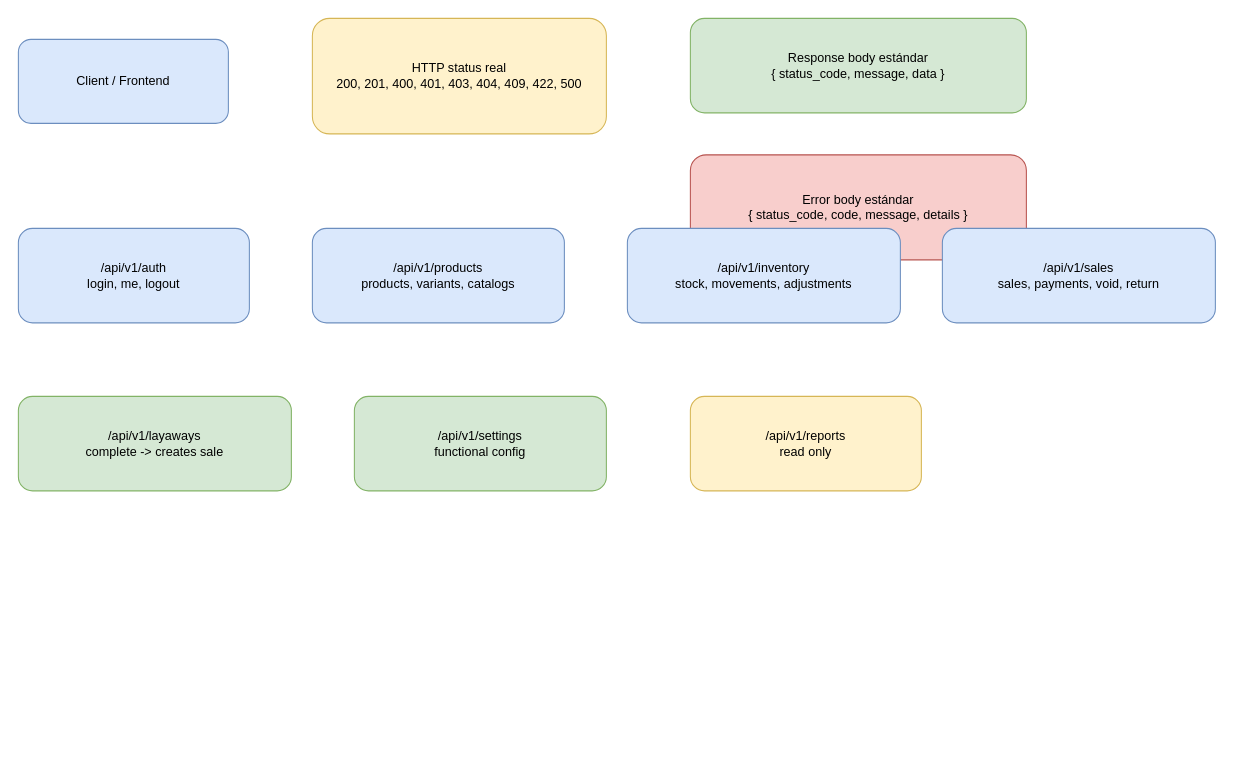
This is docs/design/diagrams/automata-api-contracts.drawio from fjcm777/AutomaProyectTemplate, a draw.io file, before an edit. Source tidied: cells renumbered, new cells numbered last; positions are measured from the earlier drawing's top-left corner, leaving out a move shared by most shapes. Both pictures are drawn from the tidied source at 105%, with x=0, y=0 at pixel (18, 18).
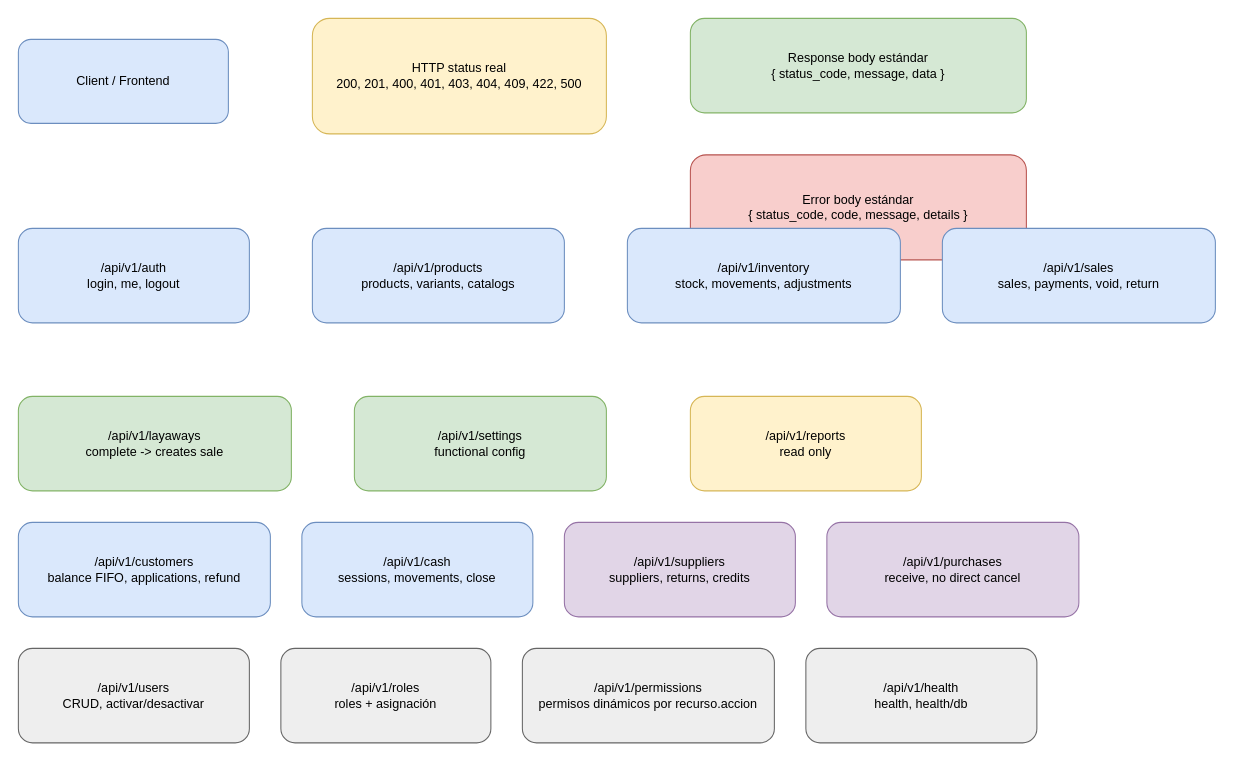
The same diagram, later.

The edit, as a diff of the source:
```diff
@@
+    <mxCell id="13" value="/api/v1/customers&lt;br/&gt;balance FIFO, applications, refund" style="rounded=1;whiteSpace=wrap;html=1;fillColor=#dae8fc;strokeColor=#6c8ebf;" parent="1" vertex="1">
+      <mxGeometry y="480" width="240" height="90" as="geometry" />
+    </mxCell>
+    <mxCell id="14" value="/api/v1/cash&lt;br/&gt;sessions, movements, close" style="rounded=1;whiteSpace=wrap;html=1;fillColor=#dae8fc;strokeColor=#6c8ebf;" parent="1" vertex="1">
+      <mxGeometry x="270" y="480" width="220" height="90" as="geometry" />
+    </mxCell>
+    <mxCell id="15" value="/api/v1/suppliers&lt;br/&gt;suppliers, returns, credits" style="rounded=1;whiteSpace=wrap;html=1;fillColor=#e1d5e7;strokeColor=#9673a6;" parent="1" vertex="1">
+      <mxGeometry x="520" y="480" width="220" height="90" as="geometry" />
+    </mxCell>
+    <mxCell id="16" value="/api/v1/purchases&lt;br/&gt;receive, no direct cancel" style="rounded=1;whiteSpace=wrap;html=1;fillColor=#e1d5e7;strokeColor=#9673a6;" parent="1" vertex="1">
+      <mxGeometry x="770" y="480" width="240" height="90" as="geometry" />
+    </mxCell>
+    <mxCell id="17" value="/api/v1/users&lt;br/&gt;CRUD, activar/desactivar" style="rounded=1;whiteSpace=wrap;html=1;fillColor=#eeeeee;strokeColor=#666666;" parent="1" vertex="1">
+      <mxGeometry y="600" width="220" height="90" as="geometry" />
+    </mxCell>
+    <mxCell id="18" value="/api/v1/roles&lt;br/&gt;roles + asignación" style="rounded=1;whiteSpace=wrap;html=1;fillColor=#eeeeee;strokeColor=#666666;" parent="1" vertex="1">
+      <mxGeometry x="250" y="600" width="200" height="90" as="geometry" />
+    </mxCell>
+    <mxCell id="19" value="/api/v1/permissions&lt;br/&gt;permisos dinámicos por recurso.accion" style="rounded=1;whiteSpace=wrap;html=1;fillColor=#eeeeee;strokeColor=#666666;" parent="1" vertex="1">
+      <mxGeometry x="480" y="600" width="240" height="90" as="geometry" />
+    </mxCell>
+    <mxCell id="20" value="/api/v1/health&lt;br/&gt;health, health/db" style="rounded=1;whiteSpace=wrap;html=1;fillColor=#eeeeee;strokeColor=#666666;" parent="1" vertex="1">
+      <mxGeometry x="750" y="600" width="220" height="90" as="geometry" />
+    </mxCell>
```
